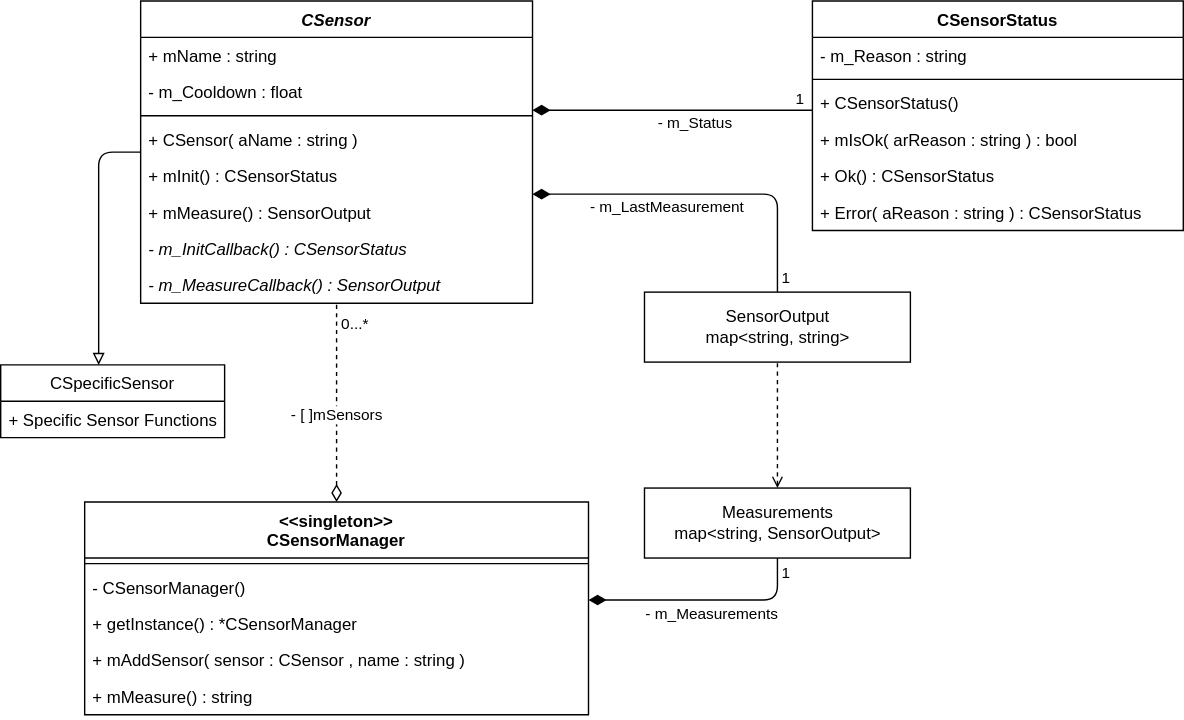
SenseBoxTI/FirmwareDesign keeps this draw.io diagram as uml/sensor-abstraction.drawio.svg. Above is the earlier version. Source tidied: cells renumbered, new cells last; positions are measured from the earlier drawing's top-left corner, leaving out a move shared by most shapes.
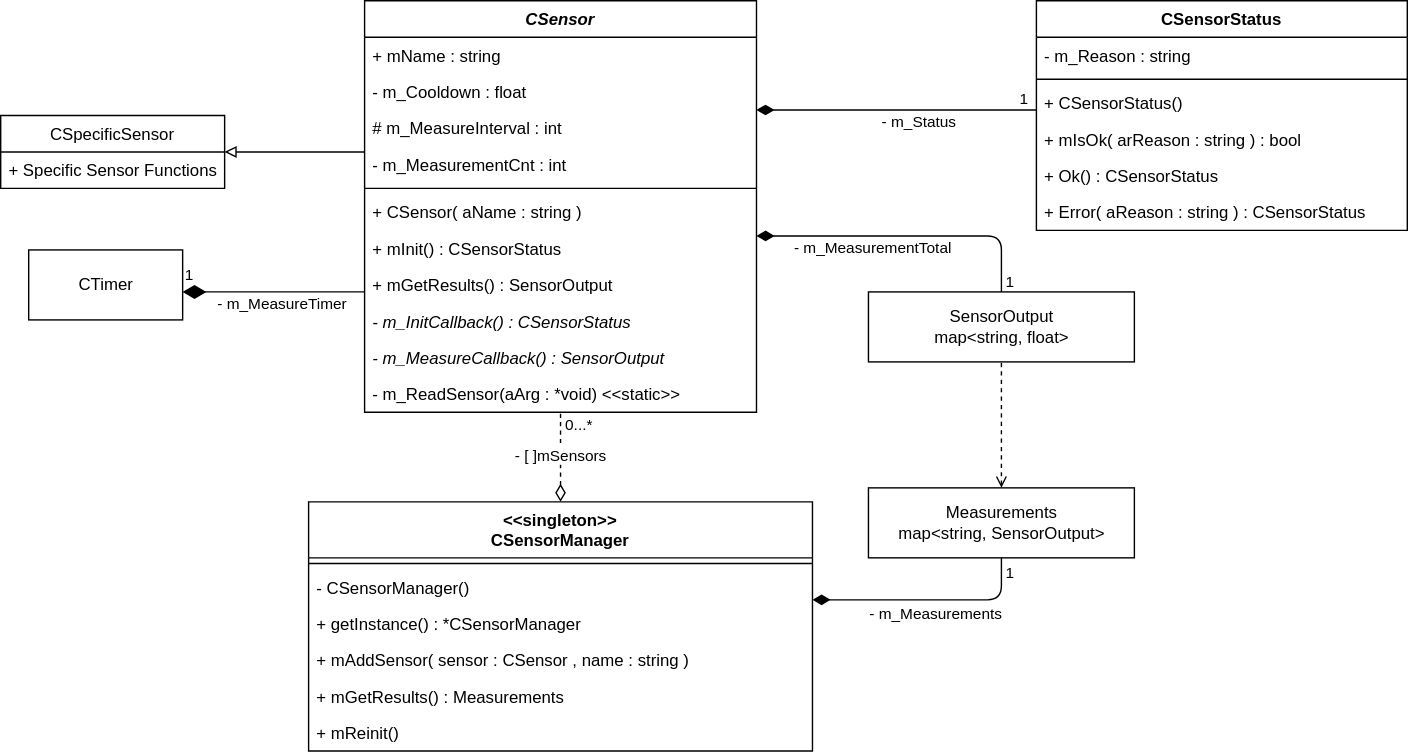
Later version of the same file.

Change to the diagram source:
```diff
@@ -16,7 +16,7 @@
       </mxGeometry>
     </mxCell>
     <mxCell id="5" value="&lt;&lt;singleton&gt;&gt;&#10;CSensorManager" style="swimlane;fontStyle=1;align=center;verticalAlign=top;horizontal=1;startSize=40;" parent="1" vertex="1">
-      <mxGeometry x="60" y="358" width="360" height="152" as="geometry" />
+      <mxGeometry x="60" y="358" width="360" height="178" as="geometry" />
     </mxCell>
     <mxCell id="6" style="line;strokeWidth=1;fillColor=none;align=left;verticalAlign=middle;spacingTop=-1;spacingLeft=3;spacingRight=3;labelPosition=right;" parent="5" vertex="1">
       <mxGeometry y="40" width="360" height="8" as="geometry" />
@@ -30,9 +30,12 @@
     <mxCell id="9" value="+ mAddSensor( sensor : CSensor , name : string )" style="text;strokeColor=none;fillColor=none;align=left;verticalAlign=top;spacingLeft=4;spacingRight=4;overflow=hidden;" parent="5" vertex="1">
       <mxGeometry y="100" width="360" height="26" as="geometry" />
     </mxCell>
-    <mxCell id="10" value="+ mMeasure() : string" style="text;strokeColor=none;fillColor=none;align=left;verticalAlign=top;spacingLeft=4;spacingRight=4;overflow=hidden;" parent="5" vertex="1">
+    <mxCell id="10" value="+ mGetResults() : Measurements" style="text;strokeColor=none;fillColor=none;align=left;verticalAlign=top;spacingLeft=4;spacingRight=4;overflow=hidden;" parent="5" vertex="1">
       <mxGeometry y="126" width="360" height="26" as="geometry" />
     </mxCell>
+    <mxCell id="43" value="+ mReinit()" style="text;strokeColor=none;fillColor=none;align=left;verticalAlign=top;spacingLeft=4;spacingRight=4;overflow=hidden;" parent="5" vertex="1">
+      <mxGeometry y="152" width="360" height="26" as="geometry" />
+    </mxCell>
     <mxCell id="11" style="edgeStyle=orthogonalEdgeStyle;html=1;endArrow=block;endFill=0;endSize=6;" parent="1" edge="1" source="12" target="41">
       <mxGeometry relative="1" as="geometry">
         <Array as="points">
@@ -41,7 +44,7 @@
       </mxGeometry>
     </mxCell>
     <mxCell id="12" value="CSensor" style="swimlane;fontStyle=3;align=center;verticalAlign=top;horizontal=1;startSize=26;" parent="1" vertex="1">
-      <mxGeometry x="100" width="280" height="216" as="geometry" />
+      <mxGeometry x="100" width="280" height="294" as="geometry" />
     </mxCell>
     <mxCell id="13" value="+ mName : string" style="text;strokeColor=none;fillColor=none;align=left;verticalAlign=top;spacingLeft=4;spacingRight=4;overflow=hidden;" parent="12" vertex="1">
       <mxGeometry y="26" width="280" height="26" as="geometry" />
@@ -49,31 +52,40 @@
     <mxCell id="14" value="- m_Cooldown : float" style="text;strokeColor=none;fillColor=none;align=left;verticalAlign=top;spacingLeft=4;spacingRight=4;overflow=hidden;" parent="12" vertex="1">
       <mxGeometry y="52" width="280" height="26" as="geometry" />
     </mxCell>
+    <mxCell id="44" value="# m_MeasureInterval : int" style="text;strokeColor=none;fillColor=none;align=left;verticalAlign=top;spacingLeft=4;spacingRight=4;overflow=hidden;" parent="12" vertex="1">
+      <mxGeometry y="78" width="280" height="26" as="geometry" />
+    </mxCell>
+    <mxCell id="45" value="- m_MeasurementCnt : int" style="text;strokeColor=none;fillColor=none;align=left;verticalAlign=top;spacingLeft=4;spacingRight=4;overflow=hidden;" parent="12" vertex="1">
+      <mxGeometry y="104" width="280" height="26" as="geometry" />
+    </mxCell>
     <mxCell id="15" style="line;strokeWidth=1;fillColor=none;align=left;verticalAlign=middle;spacingTop=-1;spacingLeft=3;spacingRight=3;labelPosition=right;" parent="12" vertex="1">
-      <mxGeometry y="78" width="280" height="8" as="geometry" />
+      <mxGeometry y="130" width="280" height="8" as="geometry" />
     </mxCell>
     <mxCell id="16" value="+ CSensor( aName : string )" style="text;strokeColor=none;fillColor=none;align=left;verticalAlign=top;spacingLeft=4;spacingRight=4;overflow=hidden;" parent="12" vertex="1">
-      <mxGeometry y="86" width="280" height="26" as="geometry" />
+      <mxGeometry y="138" width="280" height="26" as="geometry" />
     </mxCell>
     <mxCell id="17" value="+ mInit() : CSensorStatus" style="text;strokeColor=none;fillColor=none;align=left;verticalAlign=top;spacingLeft=4;spacingRight=4;overflow=hidden;fontStyle=0;" parent="12" vertex="1">
-      <mxGeometry y="112" width="280" height="26" as="geometry" />
+      <mxGeometry y="164" width="280" height="26" as="geometry" />
     </mxCell>
-    <mxCell id="18" value="+ mMeasure() : SensorOutput" style="text;strokeColor=none;fillColor=none;align=left;verticalAlign=top;spacingLeft=4;spacingRight=4;overflow=hidden;fontStyle=0;" parent="12" vertex="1">
-      <mxGeometry y="138" width="280" height="26" as="geometry" />
-    </mxCell>
+    <mxCell id="46" value="+ mGetResults() : SensorOutput" style="text;strokeColor=none;fillColor=none;align=left;verticalAlign=top;spacingLeft=4;spacingRight=4;overflow=hidden;" parent="12" vertex="1">
+      <mxGeometry y="190" width="280" height="26" as="geometry" />
+    </mxCell>
     <mxCell id="19" value="- m_InitCallback() : CSensorStatus" style="text;strokeColor=none;fillColor=none;align=left;verticalAlign=top;spacingLeft=4;spacingRight=4;overflow=hidden;fontStyle=2;" parent="12" vertex="1">
-      <mxGeometry y="164" width="280" height="26" as="geometry" />
+      <mxGeometry y="216" width="280" height="26" as="geometry" />
     </mxCell>
     <mxCell id="20" value="- m_MeasureCallback() : SensorOutput" style="text;strokeColor=none;fillColor=none;align=left;verticalAlign=top;spacingLeft=4;spacingRight=4;overflow=hidden;fontStyle=2;" parent="12" vertex="1">
-      <mxGeometry y="190" width="280" height="26" as="geometry" />
+      <mxGeometry y="242" width="280" height="26" as="geometry" />
     </mxCell>
+    <mxCell id="47" value="- m_ReadSensor(aArg : *void) &lt;&lt;static&gt;&gt;" style="text;strokeColor=none;fillColor=none;align=left;verticalAlign=top;spacingLeft=4;spacingRight=4;overflow=hidden;" parent="12" vertex="1">
+      <mxGeometry y="268" width="280" height="26" as="geometry" />
+    </mxCell>
     <mxCell id="21" style="text;strokeColor=none;fillColor=none;align=left;verticalAlign=middle;spacingTop=-1;spacingLeft=4;spacingRight=4;labelPosition=right;" parent="1" vertex="1">
       <mxGeometry x="350" y="298" width="20" height="14" as="geometry" />
     </mxCell>
     <mxCell id="22" style="edgeStyle=orthogonalEdgeStyle;html=1;startArrow=none;startFill=0;endArrow=diamondThin;endFill=1;startSize=10;endSize=10;" parent="1" edge="1" source="25" target="12">
       <mxGeometry relative="1" as="geometry">
         <Array as="points">
-          <mxPoint x="555" y="138" />
+          <mxPoint x="555" y="168" />
         </Array>
       </mxGeometry>
     </mxCell>
@@ -82,12 +94,12 @@
         <mxPoint x="8" y="14" as="offset" />
       </mxGeometry>
     </mxCell>
-    <mxCell id="24" value="- m_LastMeasurement" style="edgeLabel;html=1;align=center;verticalAlign=middle;" parent="22" vertex="1">
+    <mxCell id="24" value="- m_MeasurementTotal" style="edgeLabel;html=1;align=center;verticalAlign=middle;" parent="22" vertex="1">
       <mxGeometry x="0.13" relative="1" as="geometry">
         <mxPoint x="-12" y="8" as="offset" />
       </mxGeometry>
     </mxCell>
-    <mxCell id="25" value="&lt;span style=&quot;text-align: left&quot;&gt;SensorOutput&lt;br&gt;map&amp;lt;string, string&amp;gt;&lt;/span&gt;" style="html=1;" parent="1" vertex="1">
+    <mxCell id="25" value="&lt;span style=&quot;text-align: left&quot;&gt;SensorOutput&lt;br&gt;map&amp;lt;string, float&amp;gt;&lt;/span&gt;" style="html=1;" parent="1" vertex="1">
       <mxGeometry x="460" y="208" width="190" height="50" as="geometry" />
     </mxCell>
     <mxCell id="26" style="edgeStyle=orthogonalEdgeStyle;html=1;endArrow=diamondThin;endFill=1;startSize=6;endSize=10;" parent="1" edge="1" source="29" target="12">
@@ -153,10 +165,26 @@
       <mxGeometry x="460" y="348" width="190" height="50" as="geometry" />
     </mxCell>
     <mxCell id="41" value="CSpecificSensor" style="swimlane;fontStyle=0;horizontal=1;startSize=26;fillColor=none;" parent="1" vertex="1">
-      <mxGeometry y="260" width="160" height="52" as="geometry" />
+      <mxGeometry x="-160" y="82" width="160" height="52" as="geometry" />
     </mxCell>
     <mxCell id="42" value="+ Specific Sensor Functions" style="text;strokeColor=none;fillColor=none;align=left;verticalAlign=top;spacingLeft=4;spacingRight=4;overflow=hidden;" parent="41" vertex="1">
       <mxGeometry y="26" width="160" height="26" as="geometry" />
     </mxCell>
+    <mxCell id="48" value="CTimer" style="html=1;" parent="1" vertex="1">
+      <mxGeometry x="-140" y="178" width="110" height="50" as="geometry" />
+    </mxCell>
+    <mxCell id="49" value="1" style="endArrow=none;html=1;endSize=12;startArrow=diamondThin;startSize=14;startFill=1;edgeStyle=orthogonalEdgeStyle;align=left;verticalAlign=bottom;endFill=0;" parent="1" edge="1" source="48" target="12">
+      <mxGeometry x="-1" y="3" relative="1" as="geometry">
+        <Array as="points">
+          <mxPoint x="80" y="208" />
+          <mxPoint x="80" y="208" />
+        </Array>
+      </mxGeometry>
+    </mxCell>
+    <mxCell id="50" value="- m_MeasureTimer" style="edgeLabel;html=1;align=center;verticalAlign=middle;" parent="49" vertex="1">
+      <mxGeometry x="-0.73" y="-2" relative="1" as="geometry">
+        <mxPoint x="53" y="6" as="offset" />
+      </mxGeometry>
+    </mxCell>
   </root>
 </mxGraphModel>
```
